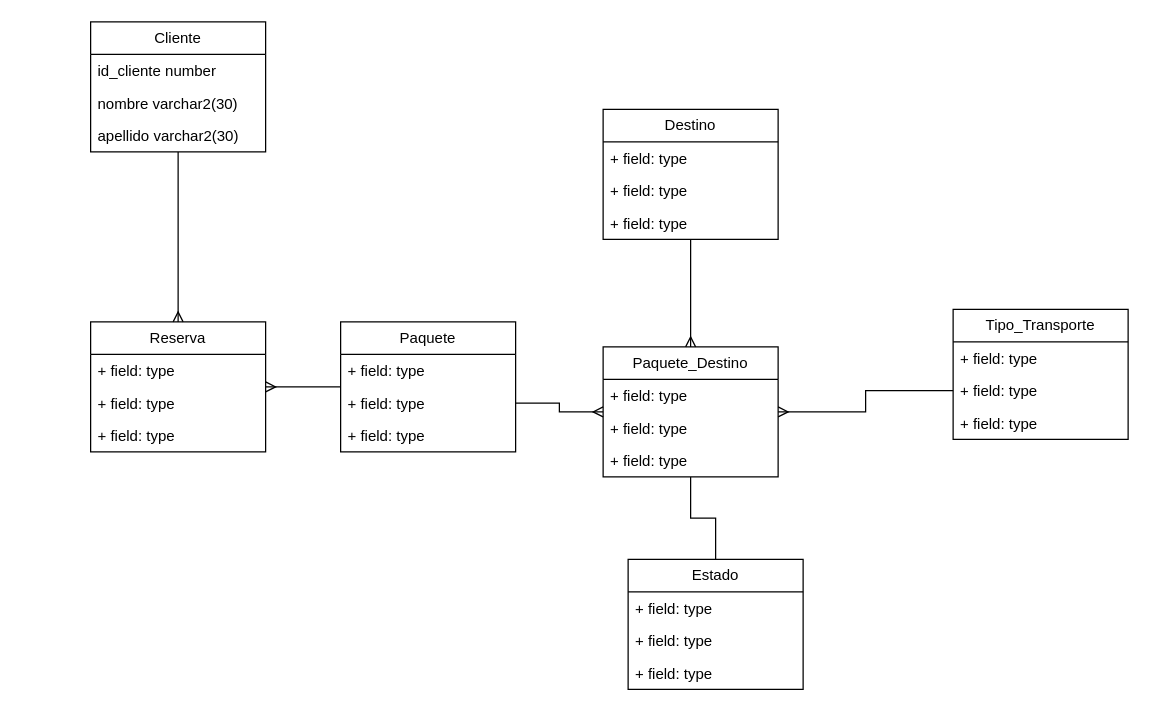
Above: docs/BD Viaje Aventura.drawio in Sn1perlol/Viajes_Aventura-EVA4.JPM (draw.io), before the change. Source tidied: cells renumbered, new cells numbered last; positions are measured from the earlier drawing's top-left corner, leaving out a move shared by most shapes. Both pictures are drawn from the tidied source at 125%, with x=0, y=0 at pixel (90, 21).
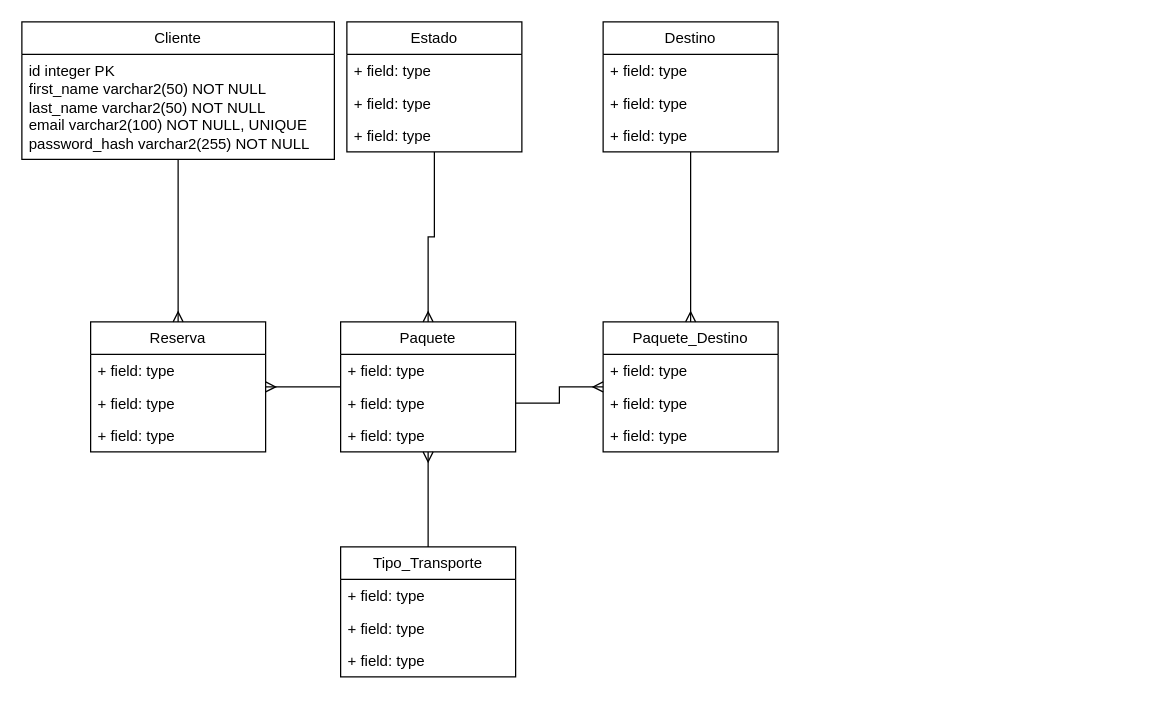
After the change.

Commit message:
Creacion de los requerimientos funcionales y no funcionales

Unchanged cells that the change refers to:
```xml
<mxCell id="24" value="Paquete" style="swimlane;fontStyle=0;horizontal=1;startSize=26;fillColor=none;whiteSpace=wrap;html=1;" parent="1" vertex="1">
  <mxGeometry x="200" y="240" width="140" height="104" as="geometry" />
</mxCell>
<mxCell id="30" value="+ field: type" style="text;strokeColor=none;fillColor=none;align=left;verticalAlign=top;spacingLeft=4;spacingRight=4;overflow=hidden;points=[[0,0.5],[1,0.5]];portConstraint=eastwest;whiteSpace=wrap;html=1;" parent="28" vertex="1">
  <mxGeometry y="52" width="140" height="26" as="geometry" />
</mxCell>
```

Diff of the diagram source:
```diff
@@
     <mxCell id="8" value="Cliente" style="swimlane;fontStyle=0;horizontal=1;startSize=26;fillColor=none;whiteSpace=wrap;html=1;" parent="1" vertex="1">
-      <mxGeometry width="140" height="104" as="geometry" />
+      <mxGeometry x="-55" width="250" height="110" as="geometry" />
     </mxCell>
-    <mxCell id="9" value="id_cliente number" style="text;strokeColor=none;fillColor=none;align=left;verticalAlign=top;spacingLeft=4;spacingRight=4;overflow=hidden;whiteSpace=wrap;html=1;" parent="8" vertex="1">
-      <mxGeometry y="26" width="140" height="26" as="geometry" />
+    <mxCell id="9" value="id integer PK&lt;div&gt;first_name varchar2(50) NOT NULL&lt;/div&gt;&lt;div&gt;last_name varchar2(50) NOT NULL&lt;/div&gt;&lt;div&gt;email varchar2(100) NOT NULL, UNIQUE&lt;/div&gt;&lt;div&gt;password_hash varchar2(255) NOT NULL&lt;/div&gt;" style="text;strokeColor=none;fillColor=none;align=left;verticalAlign=top;spacingLeft=4;spacingRight=4;overflow=hidden;whiteSpace=wrap;html=1;" parent="8" vertex="1">
+      <mxGeometry y="26" width="250" height="84" as="geometry" />
     </mxCell>
-    <mxCell id="10" value="nombre varchar2(30)" style="text;strokeColor=none;fillColor=none;align=left;verticalAlign=top;spacingLeft=4;spacingRight=4;overflow=hidden;whiteSpace=wrap;html=1;" parent="8" vertex="1">
-      <mxGeometry y="52" width="140" height="26" as="geometry" />
-    </mxCell>
-    <mxCell id="11" value="apellido varchar2(30)&lt;div&gt;&lt;br&gt;&lt;/div&gt;" style="text;strokeColor=none;fillColor=none;align=left;verticalAlign=top;spacingLeft=4;spacingRight=4;overflow=hidden;whiteSpace=wrap;html=1;" parent="8" vertex="1">
-      <mxGeometry y="78" width="140" height="26" as="geometry" />
-    </mxCell>
@@
-    <mxCell id="14" style="edgeStyle=orthogonalEdgeStyle;rounded=0;jettySize=auto;html=1;exitX=1;exitY=0.5;exitDx=0;exitDy=0;entryX=0;entryY=0.5;entryDx=0;entryDy=0;defaultLabelBackgroundColor=page;labelPadding=0 4;startArrow=ERmany;startFill=0;endArrow=none;endFill=0;" parent="1" edge="1" source="16" target="30">
-      <mxGeometry x="0.01" relative="1" as="geometry" />
-    </mxCell>
-    <mxCell id="15" style="edgeStyle=orthogonalEdgeStyle;rounded=0;jettySize=auto;html=1;exitX=0.5;exitY=1;exitDx=0;exitDy=0;entryX=0.5;entryY=0;entryDx=0;entryDy=0;defaultLabelBackgroundColor=page;labelPadding=0 4;endArrow=none;endFill=0;" parent="1" edge="1" source="16" target="32">
-      <mxGeometry relative="1" as="geometry" />
-    </mxCell>
     <mxCell id="16" value="Paquete_Destino" style="swimlane;fontStyle=0;horizontal=1;startSize=26;fillColor=none;whiteSpace=wrap;html=1;" parent="1" vertex="1">
-      <mxGeometry x="410" y="260" width="140" height="104" as="geometry" />
+      <mxGeometry x="410" y="240" width="140" height="104" as="geometry" />
     </mxCell>
@@
     <mxCell id="20" value="Destino" style="swimlane;fontStyle=0;horizontal=1;startSize=26;fillColor=none;whiteSpace=wrap;html=1;" parent="1" vertex="1">
-      <mxGeometry x="410" y="70" width="140" height="104" as="geometry" />
+      <mxGeometry x="410" width="140" height="104" as="geometry" />
     </mxCell>
@@
+    <mxCell id="36" style="edgeStyle=orthogonalEdgeStyle;rounded=0;jettySize=auto;html=1;exitX=0.5;exitY=1;exitDx=0;exitDy=0;entryX=0.5;entryY=0;entryDx=0;entryDy=0;defaultLabelBackgroundColor=page;labelPadding=0 4;endArrow=none;endFill=0;startArrow=ERmany;startFill=0;" parent="1" edge="1" source="24" target="28">
+      <mxGeometry relative="1" as="geometry" />
+    </mxCell>
+    <mxCell id="37" style="edgeStyle=orthogonalEdgeStyle;rounded=0;jettySize=auto;html=1;exitX=0.5;exitY=0;exitDx=0;exitDy=0;entryX=0.5;entryY=1;entryDx=0;entryDy=0;defaultLabelBackgroundColor=page;labelPadding=0 4;startArrow=ERmany;startFill=0;endArrow=none;endFill=0;" parent="1" edge="1" source="24" target="32">
+      <mxGeometry x="0.01" relative="1" as="geometry" />
+    </mxCell>
@@
     <mxCell id="28" value="Tipo_Transporte" style="swimlane;fontStyle=0;horizontal=1;startSize=26;fillColor=none;whiteSpace=wrap;html=1;" parent="1" vertex="1">
-      <mxGeometry x="690" y="230" width="140" height="104" as="geometry" />
+      <mxGeometry x="200" y="420" width="140" height="104" as="geometry" />
     </mxCell>
@@
     <mxCell id="32" value="Estado" style="swimlane;fontStyle=0;horizontal=1;startSize=26;fillColor=none;whiteSpace=wrap;html=1;" parent="1" vertex="1">
-      <mxGeometry x="430" y="430" width="140" height="104" as="geometry" />
+      <mxGeometry x="205" width="140" height="104" as="geometry" />
     </mxCell>
```
